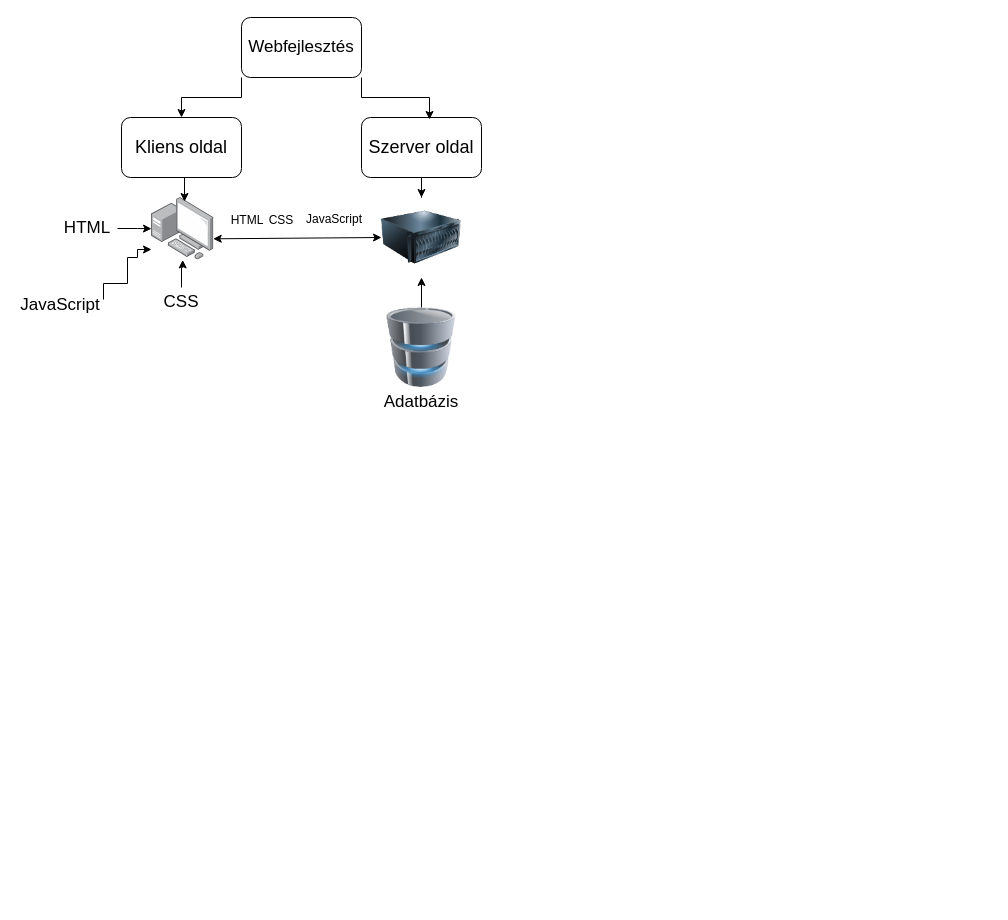
This is web-szakkor-1.drawio from simsononroad/web-szakkor, a draw.io file, before an edit. Source tidied: cells renumbered, new cells numbered last; positions are measured from the earlier drawing's top-left corner, leaving out a move shared by most shapes. Both pictures are drawn from the tidied source at 100%, with x=0, y=0 at pixel (17, 17).
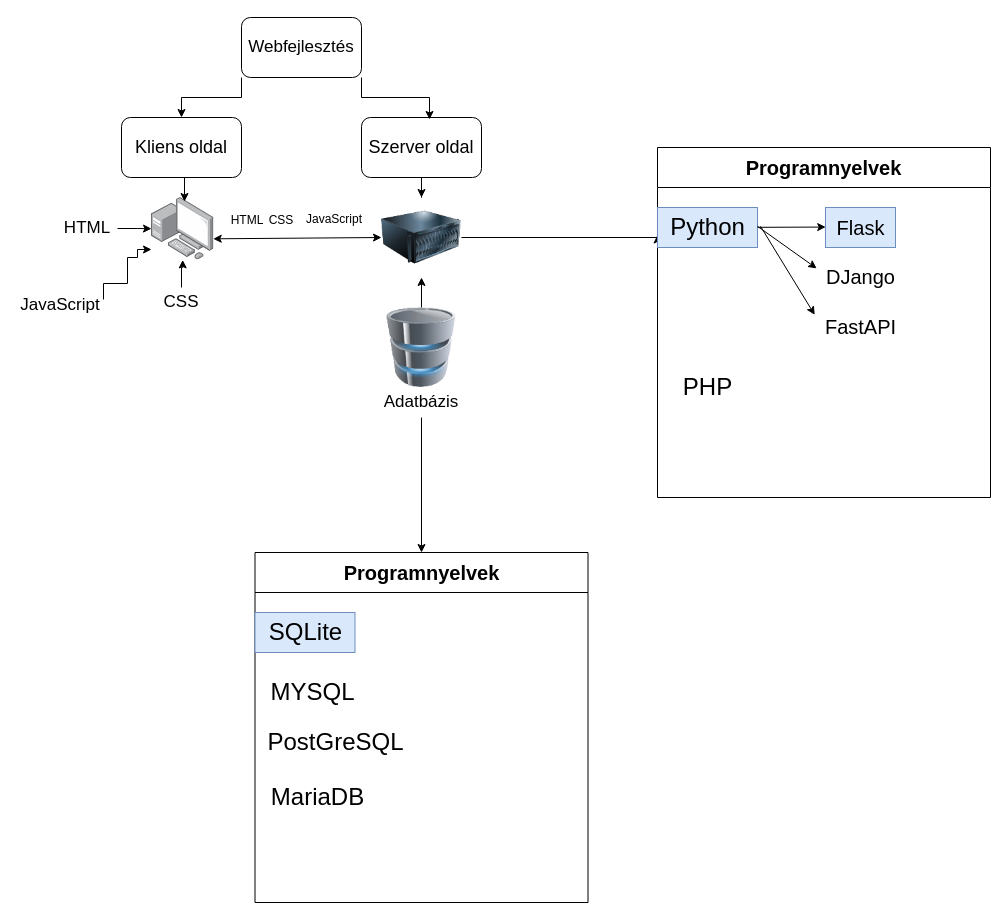
Above is the later version.

The change refers to these unchanged cells:
```xml
<mxCell id="8" style="image;html=1;image=img/lib/clip_art/computers/Server_128x128.png;" parent="1" vertex="1">
  <mxGeometry x="364" y="180" width="80" height="80" as="geometry" />
</mxCell>
<mxCell id="19" value="&lt;font style=&quot;font-size: 17px;&quot;&gt;Adatbázis&lt;/font&gt;" style="text;html=1;align=center;verticalAlign=middle;whiteSpace=wrap;rounded=0;" parent="1" vertex="1">
  <mxGeometry x="356" y="370" width="96" height="30" as="geometry" />
</mxCell>
```

Diff of the diagram source:
```diff
@@
+    <mxCell id="24" style="edgeStyle=orthogonalEdgeStyle;rounded=0;jettySize=auto;html=1;exitX=1;exitY=0.5;exitDx=0;exitDy=0;entryX=0;entryY=0.25;entryDx=0;entryDy=0;" parent="1" edge="1" source="8" target="26">
+      <mxGeometry relative="1" as="geometry">
+        <Array as="points">
+          <mxPoint x="640" y="220" />
+        </Array>
+      </mxGeometry>
+    </mxCell>
@@
+    <mxCell id="25" style="edgeStyle=orthogonalEdgeStyle;rounded=0;jettySize=auto;html=1;exitX=0.5;exitY=1;exitDx=0;exitDy=0;entryX=0.5;entryY=0;entryDx=0;entryDy=0;" parent="1" edge="1" source="19" target="35">
+      <mxGeometry relative="1" as="geometry" />
+    </mxCell>
@@
+    <mxCell id="26" value="&lt;font style=&quot;font-size: 20px;&quot;&gt;Programnyelvek&lt;/font&gt;" style="swimlane;whiteSpace=wrap;html=1;startSize=40;" parent="1" vertex="1">
+      <mxGeometry x="640" y="130" width="333" height="350" as="geometry" />
+    </mxCell>
+    <mxCell id="27" value="&lt;font style=&quot;font-size: 24px;&quot;&gt;Python&lt;/font&gt;" style="text;html=1;align=center;verticalAlign=middle;points=[];strokeColor=#6c8ebf;fillColor=#dae8fc;" parent="26" vertex="1">
+      <mxGeometry y="60" width="100" height="40" as="geometry" />
+    </mxCell>
+    <mxCell id="28" value="&lt;font style=&quot;font-size: 24px;&quot;&gt;PHP&lt;/font&gt;" style="text;html=1;align=center;verticalAlign=middle;strokeColor=none;fillColor=none;" parent="26" vertex="1">
+      <mxGeometry x="15" y="220" width="70" height="40" as="geometry" />
+    </mxCell>
+    <mxCell id="29" value="&lt;font style=&quot;font-size: 20px;&quot;&gt;Flask&lt;/font&gt;" style="text;html=1;align=center;verticalAlign=middle;points=[];strokeColor=#6c8ebf;fillColor=#dae8fc;" parent="26" vertex="1">
+      <mxGeometry x="168" y="60" width="70" height="40" as="geometry" />
+    </mxCell>
+    <mxCell id="30" value="&lt;font style=&quot;font-size: 20px;&quot;&gt;DJango&lt;/font&gt;" style="text;html=1;align=center;verticalAlign=middle;points=[];" parent="26" vertex="1">
+      <mxGeometry x="158" y="108.8" width="90" height="40" as="geometry" />
+    </mxCell>
+    <mxCell id="31" value="&lt;font style=&quot;font-size: 20px;&quot;&gt;FastAPI&lt;/font&gt;" style="text;html=1;align=center;verticalAlign=middle;points=[];" parent="26" vertex="1">
+      <mxGeometry x="158" y="158.8" width="90" height="40" as="geometry" />
+    </mxCell>
+    <mxCell id="32" style="endArrow=classic;html=1;rounded=0;entryX=0.003;entryY=0.489;entryDx=0;entryDy=0;entryPerimeter=0;" parent="26" edge="1" source="27" target="29">
+      <mxGeometry relative="1" as="geometry" />
+    </mxCell>
+    <mxCell id="33" style="endArrow=classic;html=1;rounded=0;entryX=0.013;entryY=0.302;entryDx=0;entryDy=0;entryPerimeter=0;" parent="26" edge="1" target="30">
+      <mxGeometry relative="1" as="geometry">
+        <mxPoint x="100" y="78.8" as="sourcePoint" />
+      </mxGeometry>
+    </mxCell>
+    <mxCell id="34" style="endArrow=classic;html=1;rounded=0;entryX=-0.009;entryY=0.213;entryDx=0;entryDy=0;entryPerimeter=0;" parent="26" edge="1" target="31">
+      <mxGeometry relative="1" as="geometry">
+        <mxPoint x="103" y="78.8" as="sourcePoint" />
+      </mxGeometry>
+    </mxCell>
+    <mxCell id="35" value="&lt;font style=&quot;font-size: 20px;&quot;&gt;Programnyelvek&lt;/font&gt;" style="swimlane;whiteSpace=wrap;html=1;startSize=40;" parent="1" vertex="1">
+      <mxGeometry x="237.5" y="535" width="333" height="350" as="geometry" />
+    </mxCell>
+    <mxCell id="36" value="&lt;font style=&quot;font-size: 24px;&quot;&gt;SQLite&lt;/font&gt;" style="text;html=1;align=center;verticalAlign=middle;strokeColor=#6c8ebf;fillColor=#dae8fc;" parent="35" vertex="1">
+      <mxGeometry y="60" width="100" height="40" as="geometry" />
+    </mxCell>
+    <mxCell id="37" value="&lt;font style=&quot;font-size: 24px;&quot;&gt;MYSQL&lt;/font&gt;" style="text;html=1;align=center;verticalAlign=middle;strokeColor=none;fillColor=none;" parent="35" vertex="1">
+      <mxGeometry x="2.5" y="120" width="110" height="40" as="geometry" />
+    </mxCell>
+    <mxCell id="38" value="&lt;font style=&quot;font-size: 24px;&quot;&gt;PostGreSQL&lt;/font&gt;" style="text;html=1;align=center;verticalAlign=middle;strokeColor=none;fillColor=none;" parent="35" vertex="1">
+      <mxGeometry y="170" width="160" height="40" as="geometry" />
+    </mxCell>
+    <mxCell id="39" value="&lt;span style=&quot;font-size: 24px;&quot;&gt;MariaDB&lt;/span&gt;" style="text;html=1;align=center;verticalAlign=middle;strokeColor=none;fillColor=none;" parent="35" vertex="1">
+      <mxGeometry x="2.5" y="225" width="120" height="40" as="geometry" />
+    </mxCell>
```
